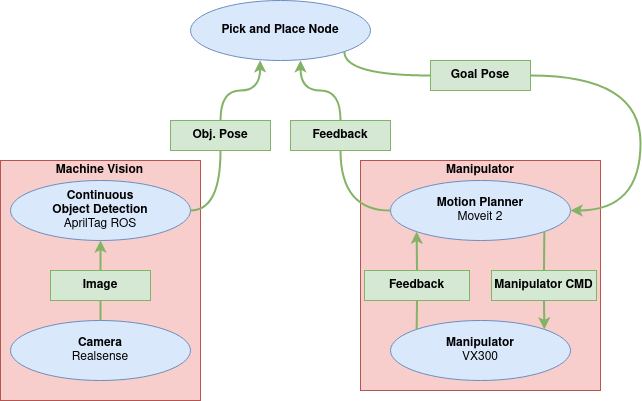
This is Figures/figPickAndPlaceMethod.drawio.png from orjano-max/ORJANOS_MASTER_REPO, a draw.io export, as it was before one commit. Source tidied: cells renumbered, new cells last; positions are measured from the earlier drawing's top-left corner, leaving out a move shared by most shapes.
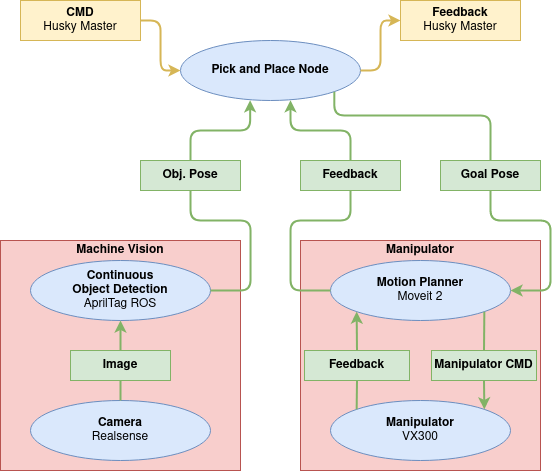
Above is the later version.

Change to the diagram source:
```diff
@@ -3,12 +3,12 @@
     <mxCell id="0" />
     <mxCell id="1" parent="0" />
     <mxCell id="2" value="&lt;b&gt;Obj. Pose&lt;br&gt;&lt;/b&gt;" style="rounded=0;whiteSpace=wrap;html=1;fillColor=#d5e8d4;strokeColor=#82b366;" parent="1" vertex="1">
-      <mxGeometry x="170" y="120" width="100" height="30" as="geometry" />
+      <mxGeometry x="150" y="120" width="100" height="30" as="geometry" />
     </mxCell>
-    <mxCell id="3" style="edgeStyle=orthogonalEdgeStyle;jettySize=auto;html=1;curved=1;fillColor=#d5e8d4;strokeColor=#82b366;strokeWidth=2;rounded=0;exitX=0.5;exitY=0;exitDx=0;exitDy=0;entryX=0.387;entryY=0.996;entryDx=0;entryDy=0;entryPerimeter=0;" parent="1" edge="1" source="2" target="4">
+    <mxCell id="3" style="edgeStyle=orthogonalEdgeStyle;jettySize=auto;html=1;fillColor=#d5e8d4;strokeColor=#82b366;strokeWidth=2;rounded=1;exitX=0.5;exitY=0;exitDx=0;exitDy=0;entryX=0.387;entryY=0.996;entryDx=0;entryDy=0;entryPerimeter=0;" parent="1" edge="1" source="2" target="4">
       <mxGeometry relative="1" as="geometry">
         <Array as="points">
-          <mxPoint x="220" y="90" />
+          <mxPoint x="200" y="90" />
           <mxPoint x="260" y="90" />
         </Array>
       </mxGeometry>
@@ -16,58 +16,30 @@
     <mxCell id="4" value="Pick and Place Node" style="ellipse;whiteSpace=wrap;html=1;fillColor=#dae8fc;strokeColor=#6c8ebf;fontStyle=1;" parent="1" vertex="1">
       <mxGeometry x="190" width="180" height="60" as="geometry" />
     </mxCell>
-    <mxCell id="5" style="edgeStyle=orthogonalEdgeStyle;jettySize=auto;html=1;curved=1;fillColor=#d5e8d4;strokeColor=#82b366;strokeWidth=2;rounded=0;exitX=1;exitY=1;exitDx=0;exitDy=0;endArrow=none;endFill=0;entryX=0;entryY=0.5;entryDx=0;entryDy=0;" parent="1" edge="1" source="4" target="6">
+    <mxCell id="5" style="edgeStyle=orthogonalEdgeStyle;jettySize=auto;html=1;fillColor=#d5e8d4;strokeColor=#82b366;strokeWidth=2;rounded=1;exitX=1;exitY=1;exitDx=0;exitDy=0;endArrow=none;endFill=0;entryX=0.5;entryY=0;entryDx=0;entryDy=0;" parent="1" edge="1" source="4" target="6">
       <mxGeometry relative="1" as="geometry">
         <Array as="points">
           <mxPoint x="344" y="75" />
+          <mxPoint x="500" y="75" />
         </Array>
       </mxGeometry>
     </mxCell>
     <mxCell id="6" value="&lt;b&gt;Goal Pose&lt;br&gt;&lt;/b&gt;" style="rounded=0;whiteSpace=wrap;html=1;fillColor=#d5e8d4;strokeColor=#82b366;" parent="1" vertex="1">
-      <mxGeometry x="430" y="60" width="100" height="30" as="geometry" />
+      <mxGeometry x="450" y="120" width="100" height="30" as="geometry" />
     </mxCell>
     <mxCell id="7" value="&lt;b&gt;Feedback&lt;/b&gt;" style="rounded=0;whiteSpace=wrap;html=1;fillColor=#d5e8d4;strokeColor=#82b366;" parent="1" vertex="1">
-      <mxGeometry x="290" y="120" width="100" height="30" as="geometry" />
+      <mxGeometry x="310" y="120" width="100" height="30" as="geometry" />
     </mxCell>
-    <mxCell id="8" style="edgeStyle=orthogonalEdgeStyle;jettySize=auto;html=1;curved=1;fillColor=#d5e8d4;strokeColor=#82b366;strokeWidth=2;rounded=0;exitX=0.5;exitY=0;exitDx=0;exitDy=0;entryX=0.611;entryY=0.996;entryDx=0;entryDy=0;entryPerimeter=0;" parent="1" edge="1" source="7" target="4">
-      <mxGeometry relative="1" as="geometry" />
+    <mxCell id="8" style="edgeStyle=orthogonalEdgeStyle;jettySize=auto;html=1;fillColor=#d5e8d4;strokeColor=#82b366;strokeWidth=2;rounded=1;exitX=0.5;exitY=0;exitDx=0;exitDy=0;entryX=0.611;entryY=0.996;entryDx=0;entryDy=0;entryPerimeter=0;" parent="1" edge="1" source="7" target="4">
+      <mxGeometry relative="1" as="geometry">
+        <Array as="points">
+          <mxPoint x="360" y="90" />
+          <mxPoint x="300" y="90" />
+        </Array>
+      </mxGeometry>
     </mxCell>
-    <mxCell id="9" style="group;" parent="1" vertex="1">
-      <mxGeometry y="160" width="200" height="240" as="geometry" />
-    </mxCell>
-    <mxCell id="10" style="group;" parent="9" vertex="1">
-      <mxGeometry width="200" height="240" as="geometry" />
-    </mxCell>
-    <mxCell id="11" style="rounded=0;whiteSpace=wrap;html=1;fillColor=#f8cecc;strokeColor=#b85450;" parent="10" vertex="1">
-      <mxGeometry width="200" height="240" as="geometry" />
-    </mxCell>
-    <mxCell id="12" value="&lt;b&gt;Machine Vision&lt;br&gt;&lt;/b&gt;" style="text;html=1;strokeColor=none;fillColor=none;align=center;verticalAlign=middle;whiteSpace=wrap;rounded=0;" parent="10" vertex="1">
-      <mxGeometry x="52.4" width="95.1" height="20" as="geometry" />
-    </mxCell>
-    <mxCell id="13" value="Camera&lt;br&gt;&lt;span style=&quot;font-weight: normal;&quot;&gt;Realsense&lt;/span&gt;" style="ellipse;whiteSpace=wrap;html=1;fillColor=#dae8fc;strokeColor=#6c8ebf;fontStyle=1;" parent="9" vertex="1">
-      <mxGeometry x="10" y="160" width="180" height="60" as="geometry" />
-    </mxCell>
-    <mxCell id="14" value="Continuous&lt;br&gt;Object Detection&lt;br&gt;&lt;span style=&quot;font-weight: normal;&quot;&gt;AprilTag ROS&lt;/span&gt;" style="ellipse;whiteSpace=wrap;html=1;fillColor=#dae8fc;strokeColor=#6c8ebf;fontStyle=1;" parent="9" vertex="1">
-      <mxGeometry x="10" y="20" width="180" height="60" as="geometry" />
-    </mxCell>
-    <mxCell id="15" style="edgeStyle=orthogonalEdgeStyle;jettySize=auto;html=1;curved=1;fillColor=#d5e8d4;strokeColor=#82b366;strokeWidth=2;rounded=0;exitX=0.5;exitY=0;exitDx=0;exitDy=0;entryX=0.5;entryY=1;entryDx=0;entryDy=0;endArrow=none;endFill=0;" parent="9" edge="1" source="13" target="16">
-      <mxGeometry relative="1" as="geometry" />
-    </mxCell>
-    <mxCell id="16" value="&lt;b&gt;Image&lt;/b&gt;" style="rounded=0;whiteSpace=wrap;html=1;fillColor=#d5e8d4;strokeColor=#82b366;" parent="9" vertex="1">
-      <mxGeometry x="50" y="110" width="100" height="30" as="geometry" />
-    </mxCell>
-    <mxCell id="17" style="edgeStyle=orthogonalEdgeStyle;jettySize=auto;html=1;curved=1;fillColor=#d5e8d4;strokeColor=#82b366;strokeWidth=2;rounded=0;exitX=0.5;exitY=0;exitDx=0;exitDy=0;entryX=0.5;entryY=1;entryDx=0;entryDy=0;" parent="9" edge="1" source="16" target="14">
-      <mxGeometry relative="1" as="geometry" />
-    </mxCell>
-    <mxCell id="18" style="edgeStyle=orthogonalEdgeStyle;jettySize=auto;html=1;curved=1;fillColor=#d5e8d4;strokeColor=#82b366;strokeWidth=2;rounded=0;exitX=1;exitY=0.5;exitDx=0;exitDy=0;entryX=0.5;entryY=1;entryDx=0;entryDy=0;endArrow=none;endFill=0;" parent="1" edge="1" source="14" target="2">
-      <mxGeometry relative="1" as="geometry">
-        <Array as="points">
-          <mxPoint x="220" y="210" />
-        </Array>
-      </mxGeometry>
-    </mxCell>
     <mxCell id="19" style="group;" parent="1" vertex="1">
-      <mxGeometry x="360" y="160" width="240" height="230" as="geometry" />
+      <mxGeometry x="310" y="200" width="240" height="230" as="geometry" />
     </mxCell>
     <mxCell id="20" style="rounded=0;whiteSpace=wrap;html=1;fillColor=#f8cecc;strokeColor=#b85450;" parent="19" vertex="1">
       <mxGeometry width="240" height="230" as="geometry" />
@@ -78,24 +50,24 @@
     <mxCell id="22" value="Manipulator&lt;br&gt;&lt;span style=&quot;font-weight: normal;&quot;&gt;VX300&lt;/span&gt;" style="ellipse;whiteSpace=wrap;html=1;fillColor=#dae8fc;strokeColor=#6c8ebf;fontStyle=1;" parent="19" vertex="1">
       <mxGeometry x="30" y="160" width="180" height="60" as="geometry" />
     </mxCell>
-    <mxCell id="23" style="edgeStyle=orthogonalEdgeStyle;jettySize=auto;html=1;curved=1;fillColor=#d5e8d4;strokeColor=#82b366;strokeWidth=2;rounded=0;exitX=0.5;exitY=1;exitDx=0;exitDy=0;entryX=1;entryY=0;entryDx=0;entryDy=0;" parent="19" edge="1" source="29" target="22">
+    <mxCell id="23" style="edgeStyle=orthogonalEdgeStyle;jettySize=auto;html=1;fillColor=#d5e8d4;strokeColor=#82b366;strokeWidth=2;rounded=1;exitX=0.5;exitY=1;exitDx=0;exitDy=0;entryX=1;entryY=0;entryDx=0;entryDy=0;" parent="19" edge="1" source="29" target="22">
       <mxGeometry relative="1" as="geometry">
         <Array as="points">
           <mxPoint x="184" y="140" />
         </Array>
       </mxGeometry>
     </mxCell>
-    <mxCell id="24" style="edgeStyle=orthogonalEdgeStyle;jettySize=auto;html=1;curved=1;fillColor=#d5e8d4;strokeColor=#82b366;strokeWidth=2;rounded=0;entryX=0.5;entryY=0;entryDx=0;entryDy=0;exitX=1;exitY=1;exitDx=0;exitDy=0;endArrow=none;endFill=0;" parent="19" edge="1" source="21" target="29">
+    <mxCell id="24" style="edgeStyle=orthogonalEdgeStyle;jettySize=auto;html=1;fillColor=#d5e8d4;strokeColor=#82b366;strokeWidth=2;rounded=1;entryX=0.5;entryY=0;entryDx=0;entryDy=0;exitX=1;exitY=1;exitDx=0;exitDy=0;endArrow=none;endFill=0;" parent="19" edge="1" source="21" target="29">
       <mxGeometry relative="1" as="geometry" />
     </mxCell>
-    <mxCell id="25" style="edgeStyle=orthogonalEdgeStyle;jettySize=auto;html=1;curved=1;fillColor=#d5e8d4;strokeColor=#82b366;strokeWidth=2;rounded=0;exitX=0.5;exitY=0;exitDx=0;exitDy=0;entryX=0;entryY=1;entryDx=0;entryDy=0;" parent="19" edge="1" source="28" target="21">
+    <mxCell id="25" style="edgeStyle=orthogonalEdgeStyle;jettySize=auto;html=1;fillColor=#d5e8d4;strokeColor=#82b366;strokeWidth=2;rounded=1;exitX=0.5;exitY=0;exitDx=0;exitDy=0;entryX=0;entryY=1;entryDx=0;entryDy=0;" parent="19" edge="1" source="28" target="21">
       <mxGeometry relative="1" as="geometry">
         <Array as="points">
           <mxPoint x="56" y="110" />
         </Array>
       </mxGeometry>
     </mxCell>
-    <mxCell id="26" style="edgeStyle=orthogonalEdgeStyle;jettySize=auto;html=1;curved=1;fillColor=#d5e8d4;strokeColor=#82b366;strokeWidth=2;rounded=0;exitX=0;exitY=0;exitDx=0;exitDy=0;entryX=0.5;entryY=1;entryDx=0;entryDy=0;endArrow=none;endFill=0;" parent="19" edge="1" source="22" target="28">
+    <mxCell id="26" style="edgeStyle=orthogonalEdgeStyle;jettySize=auto;html=1;fillColor=#d5e8d4;strokeColor=#82b366;strokeWidth=2;rounded=1;exitX=0;exitY=0;exitDx=0;exitDy=0;entryX=0.5;entryY=1;entryDx=0;entryDy=0;endArrow=none;endFill=0;" parent="19" edge="1" source="22" target="28">
       <mxGeometry relative="1" as="geometry" />
     </mxCell>
     <mxCell id="27" value="&lt;b&gt;Manipulator&lt;/b&gt;" style="text;html=1;strokeColor=none;fillColor=none;align=center;verticalAlign=middle;whiteSpace=wrap;rounded=0;" parent="19" vertex="1">
@@ -107,20 +79,81 @@
     <mxCell id="29" value="&lt;b&gt;Manipulator CMD&lt;br&gt;&lt;/b&gt;" style="rounded=0;whiteSpace=wrap;html=1;fillColor=#d5e8d4;strokeColor=#82b366;" parent="19" vertex="1">
       <mxGeometry x="131" y="110" width="105" height="30" as="geometry" />
     </mxCell>
-    <mxCell id="30" style="edgeStyle=orthogonalEdgeStyle;jettySize=auto;html=1;curved=1;fillColor=#d5e8d4;strokeColor=#82b366;strokeWidth=2;rounded=0;exitX=0;exitY=0.5;exitDx=0;exitDy=0;endArrow=none;endFill=0;entryX=0.5;entryY=1;entryDx=0;entryDy=0;" parent="1" edge="1" source="21" target="7">
+    <mxCell id="30" style="edgeStyle=orthogonalEdgeStyle;jettySize=auto;html=1;fillColor=#d5e8d4;strokeColor=#82b366;strokeWidth=2;rounded=1;exitX=0;exitY=0.5;exitDx=0;exitDy=0;endArrow=none;endFill=0;entryX=0.5;entryY=1;entryDx=0;entryDy=0;" parent="1" edge="1" source="21" target="7">
       <mxGeometry relative="1" as="geometry">
         <Array as="points">
-          <mxPoint x="340" y="210" />
+          <mxPoint x="300" y="250" />
+          <mxPoint x="300" y="180" />
+          <mxPoint x="360" y="180" />
         </Array>
       </mxGeometry>
     </mxCell>
-    <mxCell id="31" style="edgeStyle=orthogonalEdgeStyle;jettySize=auto;html=1;curved=1;fillColor=#d5e8d4;strokeColor=#82b366;strokeWidth=2;rounded=0;exitX=1;exitY=0.5;exitDx=0;exitDy=0;entryX=1;entryY=0.5;entryDx=0;entryDy=0;" parent="1" edge="1" source="6" target="21">
+    <mxCell id="31" style="edgeStyle=orthogonalEdgeStyle;jettySize=auto;html=1;fillColor=#d5e8d4;strokeColor=#82b366;strokeWidth=2;exitX=0.5;exitY=1;exitDx=0;exitDy=0;entryX=1;entryY=0.5;entryDx=0;entryDy=0;rounded=1;" parent="1" edge="1" source="6" target="21">
       <mxGeometry relative="1" as="geometry">
         <Array as="points">
-          <mxPoint x="640" y="75" />
-          <mxPoint x="640" y="210" />
+          <mxPoint x="500" y="180" />
+          <mxPoint x="560" y="180" />
+          <mxPoint x="560" y="250" />
         </Array>
       </mxGeometry>
     </mxCell>
+    <mxCell id="32" style="edgeStyle=orthogonalEdgeStyle;jettySize=auto;html=1;fillColor=#fff2cc;strokeColor=#d6b656;strokeWidth=2;rounded=1;endArrow=classic;endFill=1;entryX=0;entryY=0.5;entryDx=0;entryDy=0;exitX=1;exitY=0.5;exitDx=0;exitDy=0;" parent="1" edge="1" source="33" target="4">
+      <mxGeometry relative="1" as="geometry">
+        <Array as="points">
+          <mxPoint x="170" y="-20" />
+          <mxPoint x="170" y="30" />
+        </Array>
+      </mxGeometry>
+    </mxCell>
+    <mxCell id="33" value="&lt;b&gt;CMD&lt;br&gt;&lt;/b&gt;Husky Master" style="rounded=0;whiteSpace=wrap;html=1;fillColor=#fff2cc;strokeColor=#d6b656;" parent="1" vertex="1">
+      <mxGeometry x="30" y="-40" width="120" height="40" as="geometry" />
+    </mxCell>
+    <mxCell id="34" value="&lt;b&gt;Feedback&lt;br&gt;&lt;/b&gt;Husky Master" style="rounded=0;whiteSpace=wrap;html=1;fillColor=#fff2cc;strokeColor=#d6b656;" parent="1" vertex="1">
+      <mxGeometry x="410" y="-40" width="120" height="40" as="geometry" />
+    </mxCell>
+    <mxCell id="35" style="edgeStyle=orthogonalEdgeStyle;jettySize=auto;html=1;fillColor=#fff2cc;strokeColor=#d6b656;strokeWidth=2;rounded=1;endArrow=classic;endFill=1;entryX=0;entryY=0.5;entryDx=0;entryDy=0;exitX=1;exitY=0.5;exitDx=0;exitDy=0;" parent="1" edge="1" source="4" target="34">
+      <mxGeometry relative="1" as="geometry">
+        <Array as="points">
+          <mxPoint x="390" y="30" />
+          <mxPoint x="390" y="-20" />
+        </Array>
+      </mxGeometry>
+    </mxCell>
+    <mxCell id="36" style="group;" parent="1" vertex="1">
+      <mxGeometry x="10" y="200" width="240" height="230" as="geometry" />
+    </mxCell>
+    <mxCell id="10" style="group;" parent="36" vertex="1">
+      <mxGeometry width="240" height="230" as="geometry" />
+    </mxCell>
+    <mxCell id="11" style="rounded=0;whiteSpace=wrap;html=1;fillColor=#f8cecc;strokeColor=#b85450;" parent="10" vertex="1">
+      <mxGeometry width="240" height="230" as="geometry" />
+    </mxCell>
+    <mxCell id="12" value="&lt;b&gt;Machine Vision&lt;br&gt;&lt;/b&gt;" style="text;html=1;strokeColor=none;fillColor=none;align=center;verticalAlign=middle;whiteSpace=wrap;rounded=0;" parent="10" vertex="1">
+      <mxGeometry x="62.9" width="114.2" height="19.2" as="geometry" />
+    </mxCell>
+    <mxCell id="13" value="Camera&lt;br&gt;&lt;span style=&quot;font-weight: normal;&quot;&gt;Realsense&lt;/span&gt;" style="ellipse;whiteSpace=wrap;html=1;fillColor=#dae8fc;strokeColor=#6c8ebf;fontStyle=1;" parent="36" vertex="1">
+      <mxGeometry x="30" y="160" width="180" height="60" as="geometry" />
+    </mxCell>
+    <mxCell id="14" value="Continuous&lt;br&gt;Object Detection&lt;br&gt;&lt;span style=&quot;font-weight: normal;&quot;&gt;AprilTag ROS&lt;/span&gt;" style="ellipse;whiteSpace=wrap;html=1;fillColor=#dae8fc;strokeColor=#6c8ebf;fontStyle=1;" parent="36" vertex="1">
+      <mxGeometry x="30" y="20" width="180" height="60" as="geometry" />
+    </mxCell>
+    <mxCell id="15" style="edgeStyle=orthogonalEdgeStyle;jettySize=auto;html=1;fillColor=#d5e8d4;strokeColor=#82b366;strokeWidth=2;rounded=1;exitX=0.5;exitY=0;exitDx=0;exitDy=0;entryX=0.5;entryY=1;entryDx=0;entryDy=0;endArrow=none;endFill=0;" parent="36" edge="1" source="13" target="16">
+      <mxGeometry relative="1" as="geometry" />
+    </mxCell>
+    <mxCell id="16" value="&lt;b&gt;Image&lt;/b&gt;" style="rounded=0;whiteSpace=wrap;html=1;fillColor=#d5e8d4;strokeColor=#82b366;" parent="36" vertex="1">
+      <mxGeometry x="70" y="110" width="100" height="30" as="geometry" />
+    </mxCell>
+    <mxCell id="17" style="edgeStyle=orthogonalEdgeStyle;jettySize=auto;html=1;fillColor=#d5e8d4;strokeColor=#82b366;strokeWidth=2;rounded=1;exitX=0.5;exitY=0;exitDx=0;exitDy=0;entryX=0.5;entryY=1;entryDx=0;entryDy=0;" parent="36" edge="1" source="16" target="14">
+      <mxGeometry relative="1" as="geometry" />
+    </mxCell>
+    <mxCell id="18" style="edgeStyle=orthogonalEdgeStyle;jettySize=auto;html=1;fillColor=#d5e8d4;strokeColor=#82b366;strokeWidth=2;rounded=1;exitX=1;exitY=0.5;exitDx=0;exitDy=0;entryX=0.5;entryY=1;entryDx=0;entryDy=0;endArrow=none;endFill=0;" parent="1" edge="1" source="14" target="2">
+      <mxGeometry relative="1" as="geometry">
+        <Array as="points">
+          <mxPoint x="260" y="250" />
+          <mxPoint x="260" y="180" />
+          <mxPoint x="200" y="180" />
+        </Array>
+      </mxGeometry>
+    </mxCell>
   </root>
 </mxGraphModel>
```
